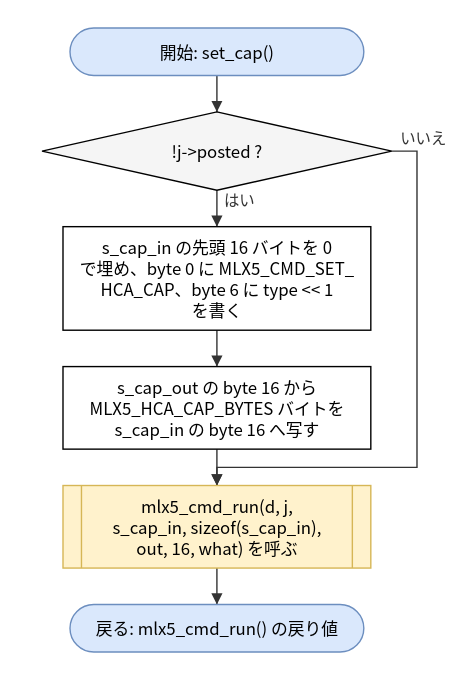
This is doc/spec/images/flow_src_mlx5_hca-set_cap.drawio.svg from hf355051012-ai/bfmem, a draw.io export, as it was before one commit. Source tidied: cells renumbered, new cells last; positions are measured from the earlier drawing's top-left corner, leaving out a move shared by most shapes.
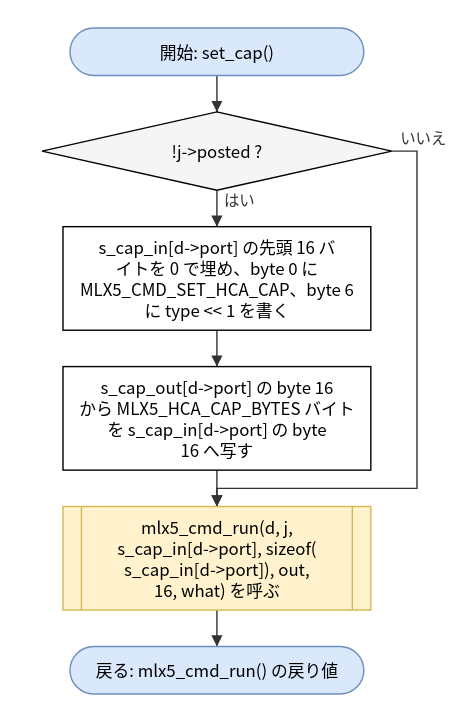
The same file after the commit.

What changed in the source:
```diff
@@ -8,17 +8,17 @@
     <mxCell id="3" value="!j-&amp;gt;posted ?" style="rhombus;whiteSpace=wrap;html=1;fillColor=#f5f5f5;" parent="1" vertex="1">
       <mxGeometry y="60" width="250" height="56" as="geometry" />
     </mxCell>
-    <mxCell id="4" value="s_cap_in の先頭 16 バイトを 0&lt;br&gt;で埋め、byte 0 に MLX5_CMD_SET_&lt;br&gt;HCA_CAP、byte 6 に type &amp;lt;&amp;lt; 1&lt;br&gt;を書く" style="rounded=0;whiteSpace=wrap;html=1;" parent="1" vertex="1">
+    <mxCell id="4" value="s_cap_in[d-&amp;gt;port] の先頭 16 バ&lt;br&gt;イトを 0 で埋め、byte 0 に&lt;br&gt;MLX5_CMD_SET_HCA_CAP、byte 6&lt;br&gt;に type &amp;lt;&amp;lt; 1 を書く" style="rounded=0;whiteSpace=wrap;html=1;" parent="1" vertex="1">
       <mxGeometry x="15" y="142" width="220" height="74" as="geometry" />
     </mxCell>
-    <mxCell id="5" value="s_cap_out の byte 16 から&lt;br&gt;MLX5_HCA_CAP_BYTES バイトを&lt;br&gt;s_cap_in の byte 16 へ写す" style="rounded=0;whiteSpace=wrap;html=1;" parent="1" vertex="1">
-      <mxGeometry x="15" y="242" width="220" height="59" as="geometry" />
+    <mxCell id="5" value="s_cap_out[d-&amp;gt;port] の byte 16&lt;br&gt;から MLX5_HCA_CAP_BYTES バイト&lt;br&gt;を s_cap_in[d-&amp;gt;port] の byte&lt;br&gt;16 へ写す" style="rounded=0;whiteSpace=wrap;html=1;" parent="1" vertex="1">
+      <mxGeometry x="15" y="242" width="220" height="74" as="geometry" />
     </mxCell>
-    <mxCell id="6" value="mlx5_cmd_run(d, j,&lt;br&gt;s_cap_in, sizeof(s_cap_in),&lt;br&gt;out, 16, what) を呼ぶ" style="shape=process;whiteSpace=wrap;html=1;backgroundOutline=1;size=0.06;fillColor=#fff2cc;strokeColor=#d6b656;" parent="1" vertex="1">
-      <mxGeometry x="15" y="327" width="220" height="59" as="geometry" />
+    <mxCell id="6" value="mlx5_cmd_run(d, j,&lt;br&gt;s_cap_in[d-&amp;gt;port], sizeof(&lt;br&gt;s_cap_in[d-&amp;gt;port]), out,&lt;br&gt;16, what) を呼ぶ" style="shape=process;whiteSpace=wrap;html=1;backgroundOutline=1;size=0.06;fillColor=#fff2cc;strokeColor=#d6b656;" parent="1" vertex="1">
+      <mxGeometry x="15" y="342" width="220" height="74" as="geometry" />
     </mxCell>
     <mxCell id="7" value="戻る: mlx5_cmd_run() の戻り値" style="rounded=1;arcSize=50;whiteSpace=wrap;html=1;fillColor=#dae8fc;strokeColor=#6c8ebf;" parent="1" vertex="1">
-      <mxGeometry x="20" y="412" width="210" height="34" as="geometry" />
+      <mxGeometry x="20" y="442" width="210" height="34" as="geometry" />
     </mxCell>
     <mxCell id="8" style="edgeStyle=none;html=1;rounded=0;endArrow=block;endFill=1;exitX=0.5000;exitY=1.0000;exitDx=0;exitDy=0;exitPerimeter=0;entryX=0.5000;entryY=0.0000;entryDx=0;entryDy=0;entryPerimeter=0;" parent="1" edge="1" source="2" target="3">
       <mxGeometry relative="1" as="geometry" />
@@ -36,8 +36,8 @@
       <mxGeometry relative="1" as="geometry">
         <Array as="points">
           <mxPoint x="268" y="88" />
-          <mxPoint x="268" y="314" />
-          <mxPoint x="125" y="314" />
+          <mxPoint x="268" y="329" />
+          <mxPoint x="125" y="329" />
         </Array>
       </mxGeometry>
     </mxCell>
```
